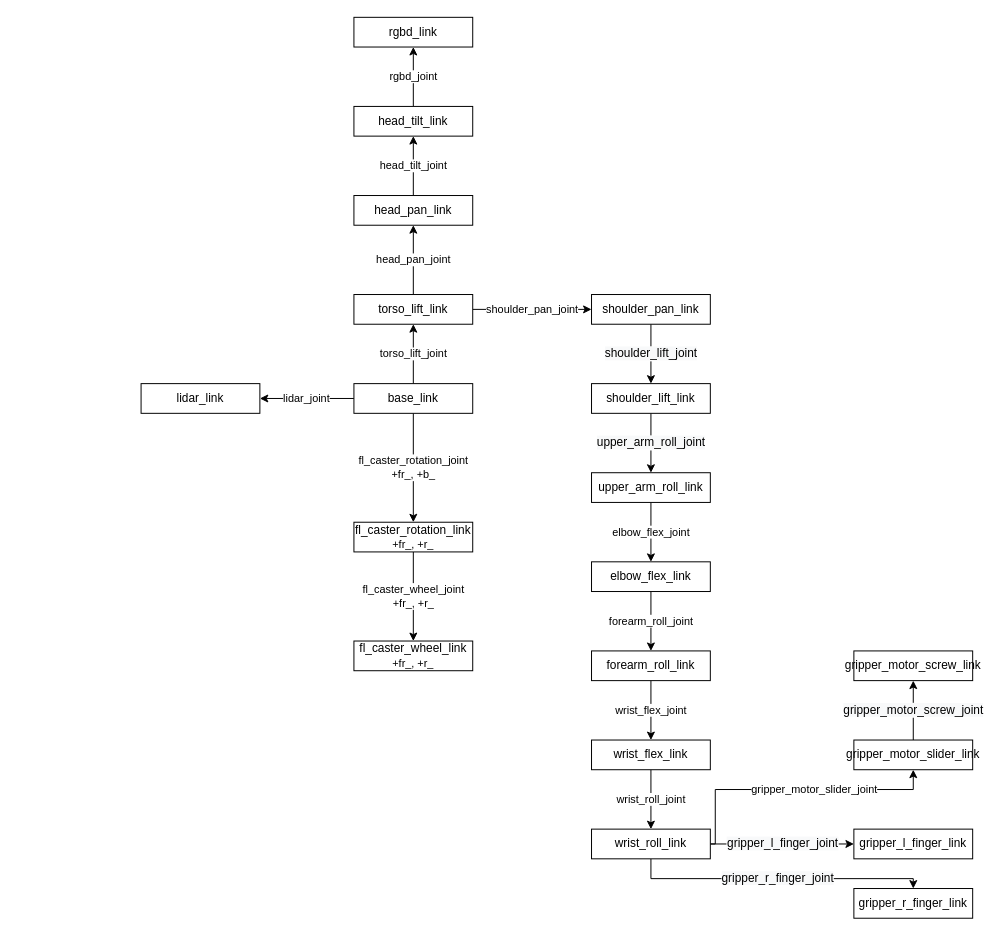
Before: docs/mechanical/mechanical-schema_v1.drawio in slesinger/bobik_robot, a draw.io diagram. Source tidied: cells renumbered, new cells numbered last; positions are measured from the earlier drawing's top-left corner, leaving out a move shared by most shapes. Both pictures are drawn from the tidied source at 99%, with x=0, y=0 at pixel (141, 17).
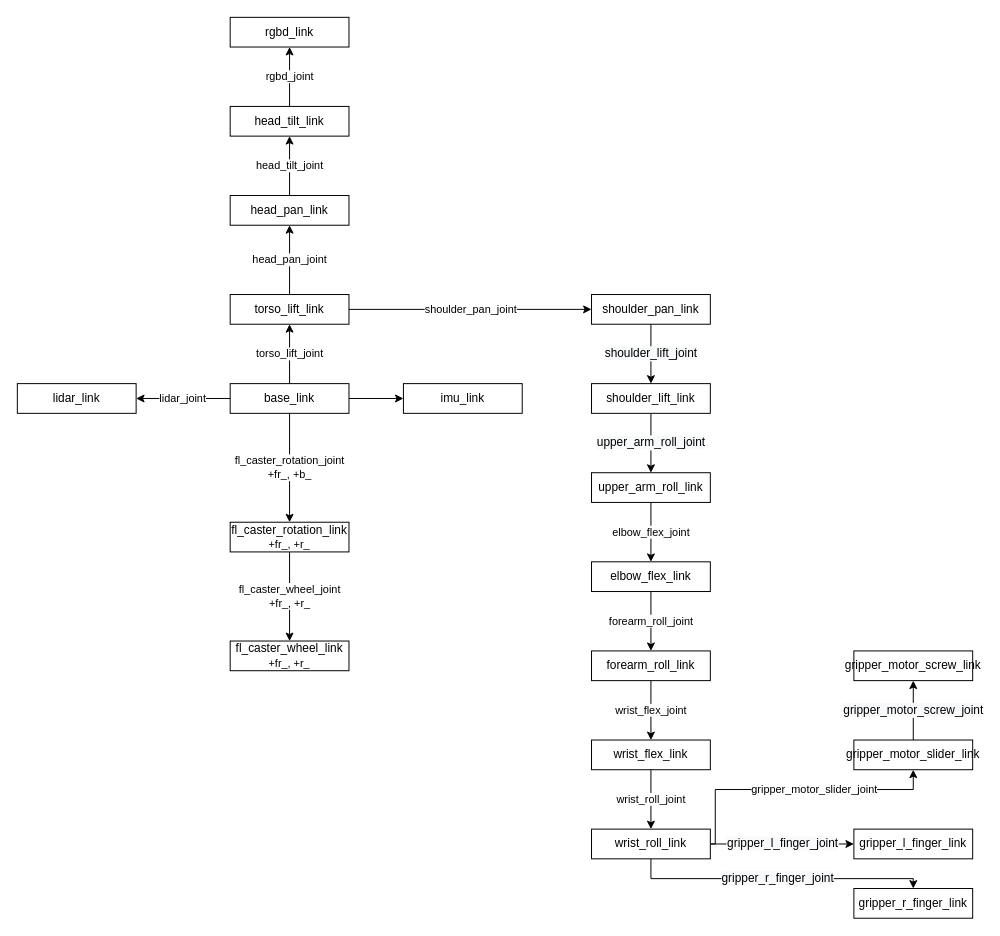
The same page after the edit.

Change to the diagram source:
```diff
@@
+    <mxCell id="39" style="edgeStyle=orthogonalEdgeStyle;rounded=0;jettySize=auto;html=1;" parent="1" edge="1" source="5" target="40">
+      <mxGeometry relative="1" as="geometry" />
+    </mxCell>
     <mxCell id="5" value="base_link" style="rounded=0;whiteSpace=wrap;html=1;" parent="1" vertex="1">
-      <mxGeometry x="215" y="370" width="120" height="30" as="geometry" />
+      <mxGeometry x="90" y="370" width="120" height="30" as="geometry" />
     </mxCell>
@@
     <mxCell id="7" value="fl_caster_rotation_link&lt;br&gt;&lt;span style=&quot;font-size: 11px ; background-color: rgb(255 , 255 , 255)&quot;&gt;+fr_, +r_&lt;/span&gt;" style="rounded=0;whiteSpace=wrap;html=1;" parent="1" vertex="1">
-      <mxGeometry x="215" y="510" width="120" height="30" as="geometry" />
+      <mxGeometry x="90" y="510" width="120" height="30" as="geometry" />
     </mxCell>
     <mxCell id="8" value="fl_caster_wheel_link&lt;br&gt;&lt;span style=&quot;font-size: 11px ; background-color: rgb(255 , 255 , 255)&quot;&gt;+fr_, +r_&lt;/span&gt;" style="rounded=0;whiteSpace=wrap;html=1;" parent="1" vertex="1">
-      <mxGeometry x="215" y="630" width="120" height="30" as="geometry" />
+      <mxGeometry x="90" y="630" width="120" height="30" as="geometry" />
     </mxCell>
@@
     <mxCell id="11" value="torso_lift_link" style="rounded=0;whiteSpace=wrap;html=1;" parent="1" vertex="1">
-      <mxGeometry x="215" y="280" width="120" height="30" as="geometry" />
+      <mxGeometry x="90" y="280" width="120" height="30" as="geometry" />
     </mxCell>
@@
     <mxCell id="13" value="head_pan_link" style="rounded=0;whiteSpace=wrap;html=1;" parent="1" vertex="1">
-      <mxGeometry x="215" y="180" width="120" height="30" as="geometry" />
+      <mxGeometry x="90" y="180" width="120" height="30" as="geometry" />
     </mxCell>
@@
     <mxCell id="15" value="head_tilt_link" style="rounded=0;whiteSpace=wrap;html=1;" parent="1" vertex="1">
-      <mxGeometry x="215" y="90" width="120" height="30" as="geometry" />
+      <mxGeometry x="90" y="90" width="120" height="30" as="geometry" />
     </mxCell>
@@
     <mxCell id="37" value="rgbd_link" style="rounded=0;whiteSpace=wrap;html=1;" parent="1" vertex="1">
-      <mxGeometry x="215" width="120" height="30" as="geometry" />
+      <mxGeometry x="90" width="120" height="30" as="geometry" />
     </mxCell>
     <mxCell id="38" value="lidar_link" style="rounded=0;whiteSpace=wrap;html=1;" parent="1" vertex="1">
-      <mxGeometry y="370" width="120" height="30" as="geometry" />
+      <mxGeometry x="-125" y="370" width="120" height="30" as="geometry" />
     </mxCell>
+    <mxCell id="40" value="imu_link" style="rounded=0;whiteSpace=wrap;html=1;" parent="1" vertex="1">
+      <mxGeometry x="265" y="370" width="120" height="30" as="geometry" />
+    </mxCell>
```
